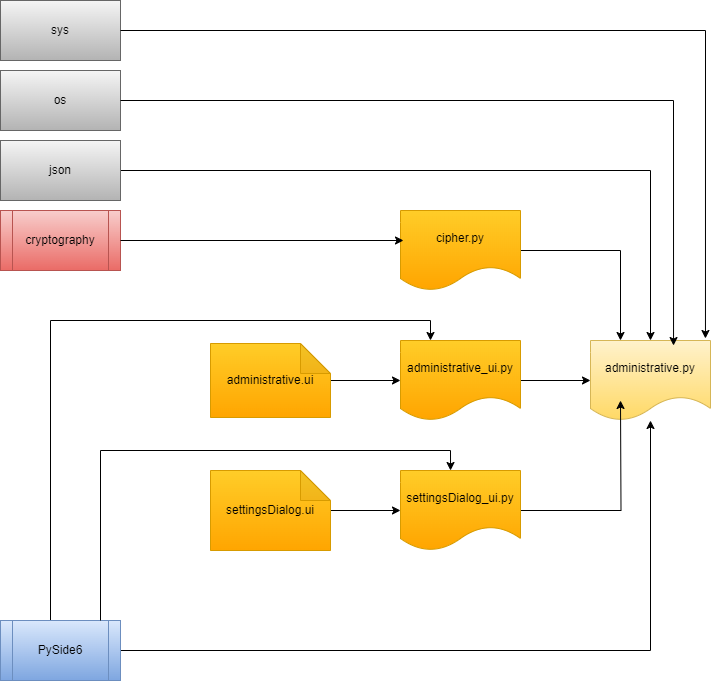
Above: docs/pictures/Riippuvuudet-Moddulit.drawio.png in 50904/Autolainaus (draw.io), before the change. Source tidied: cells renumbered, new cells last; positions are measured from the earlier drawing's top-left corner, leaving out a move shared by most shapes. Its diagram source:
```xml
<mxGraphModel>
  <root>
    <mxCell id="0" />
    <mxCell id="1" parent="0" />
    <mxCell id="2" value="cryptography" style="shape=process;whiteSpace=wrap;html=1;backgroundOutline=1;fillColor=#f8cecc;gradientColor=#ea6b66;strokeColor=#b85450;" parent="1" vertex="1">
      <mxGeometry y="210" width="120" height="60" as="geometry" />
    </mxCell>
    <mxCell id="3" style="edgeStyle=orthogonalEdgeStyle;rounded=0;jettySize=auto;html=1;entryX=0.5;entryY=0;entryDx=0;entryDy=0;" parent="1" edge="1" source="4" target="5">
      <mxGeometry relative="1" as="geometry" />
    </mxCell>
    <mxCell id="4" value="json" style="rounded=0;whiteSpace=wrap;html=1;fillColor=#f5f5f5;gradientColor=#b3b3b3;strokeColor=#666666;" parent="1" vertex="1">
      <mxGeometry y="140" width="120" height="60" as="geometry" />
    </mxCell>
    <mxCell id="5" value="administrative.py" style="shape=document;whiteSpace=wrap;html=1;boundedLbl=1;fillColor=#fff2cc;strokeColor=#d6b656;gradientColor=#ffd966;" parent="1" vertex="1">
      <mxGeometry x="590" y="340" width="120" height="80" as="geometry" />
    </mxCell>
    <mxCell id="6" style="edgeStyle=orthogonalEdgeStyle;rounded=0;jettySize=auto;html=1;" parent="1" edge="1" source="7" target="5">
      <mxGeometry relative="1" as="geometry" />
    </mxCell>
    <mxCell id="7" value="administrative_ui.py" style="shape=document;whiteSpace=wrap;html=1;boundedLbl=1;fillColor=#ffcd28;strokeColor=#d79b00;gradientColor=#ffa500;" parent="1" vertex="1">
      <mxGeometry x="400" y="340" width="120" height="80" as="geometry" />
    </mxCell>
    <mxCell id="8" style="edgeStyle=orthogonalEdgeStyle;rounded=0;jettySize=auto;html=1;entryX=0;entryY=0.5;entryDx=0;entryDy=0;" parent="1" edge="1" source="9" target="7">
      <mxGeometry relative="1" as="geometry" />
    </mxCell>
    <mxCell id="9" value="administrative.ui" style="shape=note;whiteSpace=wrap;html=1;backgroundOutline=1;darkOpacity=0.05;fillColor=#ffcd28;gradientColor=#ffa500;strokeColor=#d79b00;direction=east;" parent="1" vertex="1">
      <mxGeometry x="210" y="343" width="120" height="74" as="geometry" />
    </mxCell>
    <mxCell id="10" style="edgeStyle=orthogonalEdgeStyle;rounded=0;jettySize=auto;html=1;entryX=0.25;entryY=0;entryDx=0;entryDy=0;" parent="1" edge="1" source="11" target="5">
      <mxGeometry relative="1" as="geometry" />
    </mxCell>
    <mxCell id="11" value="cipher.py" style="shape=document;whiteSpace=wrap;html=1;boundedLbl=1;fillColor=#ffcd28;gradientColor=#ffa500;strokeColor=#d79b00;" parent="1" vertex="1">
      <mxGeometry x="400" y="210" width="120" height="80" as="geometry" />
    </mxCell>
    <mxCell id="12" style="edgeStyle=orthogonalEdgeStyle;rounded=0;jettySize=auto;html=1;entryX=0;entryY=0.5;entryDx=0;entryDy=0;" parent="1" edge="1" source="13" target="15">
      <mxGeometry relative="1" as="geometry" />
    </mxCell>
    <mxCell id="13" value="settingsDialog.ui" style="shape=note;whiteSpace=wrap;html=1;backgroundOutline=1;darkOpacity=0.05;fillColor=#ffcd28;gradientColor=#ffa500;strokeColor=#d79b00;direction=east;" parent="1" vertex="1">
      <mxGeometry x="210" y="470" width="120" height="80" as="geometry" />
    </mxCell>
    <mxCell id="14" style="edgeStyle=orthogonalEdgeStyle;rounded=0;jettySize=auto;html=1;" parent="1" edge="1" source="15">
      <mxGeometry relative="1" as="geometry">
        <mxPoint x="620" y="400" as="targetPoint" />
      </mxGeometry>
    </mxCell>
    <mxCell id="15" value="settingsDialog_ui.py" style="shape=document;whiteSpace=wrap;html=1;boundedLbl=1;fillColor=#ffcd28;strokeColor=#d79b00;gradientColor=#ffa500;" parent="1" vertex="1">
      <mxGeometry x="400" y="470" width="120" height="80" as="geometry" />
    </mxCell>
    <mxCell id="16" style="edgeStyle=orthogonalEdgeStyle;rounded=0;jettySize=auto;html=1;entryX=0.025;entryY=0.375;entryDx=0;entryDy=0;entryPerimeter=0;" parent="1" edge="1" source="2" target="11">
      <mxGeometry relative="1" as="geometry" />
    </mxCell>
    <mxCell id="17" value="os" style="rounded=0;whiteSpace=wrap;html=1;fillColor=#f5f5f5;gradientColor=#b3b3b3;strokeColor=#666666;" parent="1" vertex="1">
      <mxGeometry y="70" width="120" height="60" as="geometry" />
    </mxCell>
    <mxCell id="18" value="sys" style="rounded=0;whiteSpace=wrap;html=1;fillColor=#f5f5f5;gradientColor=#b3b3b3;strokeColor=#666666;" parent="1" vertex="1">
      <mxGeometry width="120" height="60" as="geometry" />
    </mxCell>
    <mxCell id="19" style="edgeStyle=orthogonalEdgeStyle;rounded=0;jettySize=auto;html=1;" parent="1" edge="1" source="21" target="5">
      <mxGeometry relative="1" as="geometry" />
    </mxCell>
    <mxCell id="20" style="edgeStyle=orthogonalEdgeStyle;rounded=0;jettySize=auto;html=1;entryX=0.25;entryY=0;entryDx=0;entryDy=0;" parent="1" edge="1" source="21" target="7">
      <mxGeometry relative="1" as="geometry">
        <Array as="points">
          <mxPoint x="50" y="320" />
          <mxPoint x="430" y="320" />
        </Array>
      </mxGeometry>
    </mxCell>
    <mxCell id="21" value="PySide6" style="shape=process;whiteSpace=wrap;html=1;backgroundOutline=1;fillColor=#dae8fc;gradientColor=#7ea6e0;strokeColor=#6c8ebf;" parent="1" vertex="1">
      <mxGeometry y="620" width="120" height="60" as="geometry" />
    </mxCell>
    <mxCell id="22" style="edgeStyle=orthogonalEdgeStyle;rounded=0;jettySize=auto;html=1;entryX=0.417;entryY=0;entryDx=0;entryDy=0;entryPerimeter=0;" parent="1" edge="1" source="21" target="15">
      <mxGeometry relative="1" as="geometry">
        <Array as="points">
          <mxPoint x="100" y="450" />
          <mxPoint x="450" y="450" />
        </Array>
      </mxGeometry>
    </mxCell>
    <mxCell id="23" style="edgeStyle=orthogonalEdgeStyle;rounded=0;jettySize=auto;html=1;entryX=0.692;entryY=0.063;entryDx=0;entryDy=0;entryPerimeter=0;" parent="1" edge="1" source="17" target="5">
      <mxGeometry relative="1" as="geometry" />
    </mxCell>
    <mxCell id="24" style="edgeStyle=orthogonalEdgeStyle;rounded=0;jettySize=auto;html=1;entryX=0.958;entryY=-0.025;entryDx=0;entryDy=0;entryPerimeter=0;" parent="1" edge="1" source="18" target="5">
      <mxGeometry relative="1" as="geometry" />
    </mxCell>
  </root>
</mxGraphModel>
```
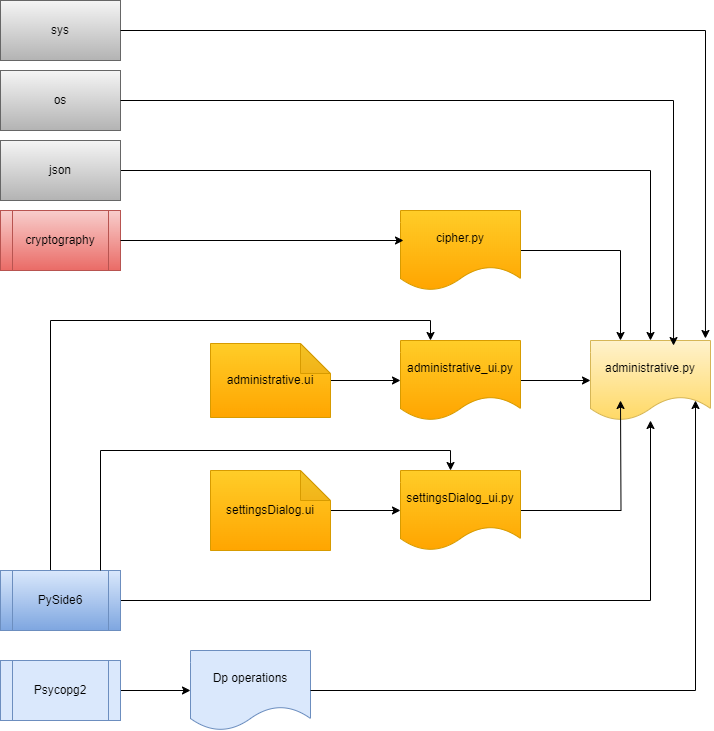
Later version of the same file.

What changed in the source:
```diff
@@ -67,7 +67,7 @@
       </mxGeometry>
     </mxCell>
     <mxCell id="21" value="PySide6" style="shape=process;whiteSpace=wrap;html=1;backgroundOutline=1;fillColor=#dae8fc;gradientColor=#7ea6e0;strokeColor=#6c8ebf;" parent="1" vertex="1">
-      <mxGeometry y="620" width="120" height="60" as="geometry" />
+      <mxGeometry y="570" width="120" height="60" as="geometry" />
     </mxCell>
     <mxCell id="22" style="edgeStyle=orthogonalEdgeStyle;rounded=0;jettySize=auto;html=1;entryX=0.417;entryY=0;entryDx=0;entryDy=0;entryPerimeter=0;" parent="1" edge="1" source="21" target="15">
       <mxGeometry relative="1" as="geometry">
@@ -83,5 +83,17 @@
     <mxCell id="24" style="edgeStyle=orthogonalEdgeStyle;rounded=0;jettySize=auto;html=1;entryX=0.958;entryY=-0.025;entryDx=0;entryDy=0;entryPerimeter=0;" parent="1" edge="1" source="18" target="5">
       <mxGeometry relative="1" as="geometry" />
     </mxCell>
+    <mxCell id="25" style="edgeStyle=orthogonalEdgeStyle;rounded=0;jettySize=auto;html=1;" parent="1" edge="1" source="26" target="27">
+      <mxGeometry relative="1" as="geometry" />
+    </mxCell>
+    <mxCell id="26" value="Psycopg2" style="shape=process;whiteSpace=wrap;html=1;backgroundOutline=1;fillColor=#dae8fc;strokeColor=#6c8ebf;" parent="1" vertex="1">
+      <mxGeometry y="660" width="120" height="60" as="geometry" />
+    </mxCell>
+    <mxCell id="27" value="Dp operations" style="shape=document;whiteSpace=wrap;html=1;boundedLbl=1;fillColor=#dae8fc;strokeColor=#6c8ebf;" parent="1" vertex="1">
+      <mxGeometry x="190" y="650" width="120" height="80" as="geometry" />
+    </mxCell>
+    <mxCell id="28" style="edgeStyle=orthogonalEdgeStyle;rounded=0;jettySize=auto;html=1;entryX=0.875;entryY=0.75;entryDx=0;entryDy=0;entryPerimeter=0;" parent="1" edge="1" source="27" target="5">
+      <mxGeometry relative="1" as="geometry" />
+    </mxCell>
   </root>
 </mxGraphModel>
```
